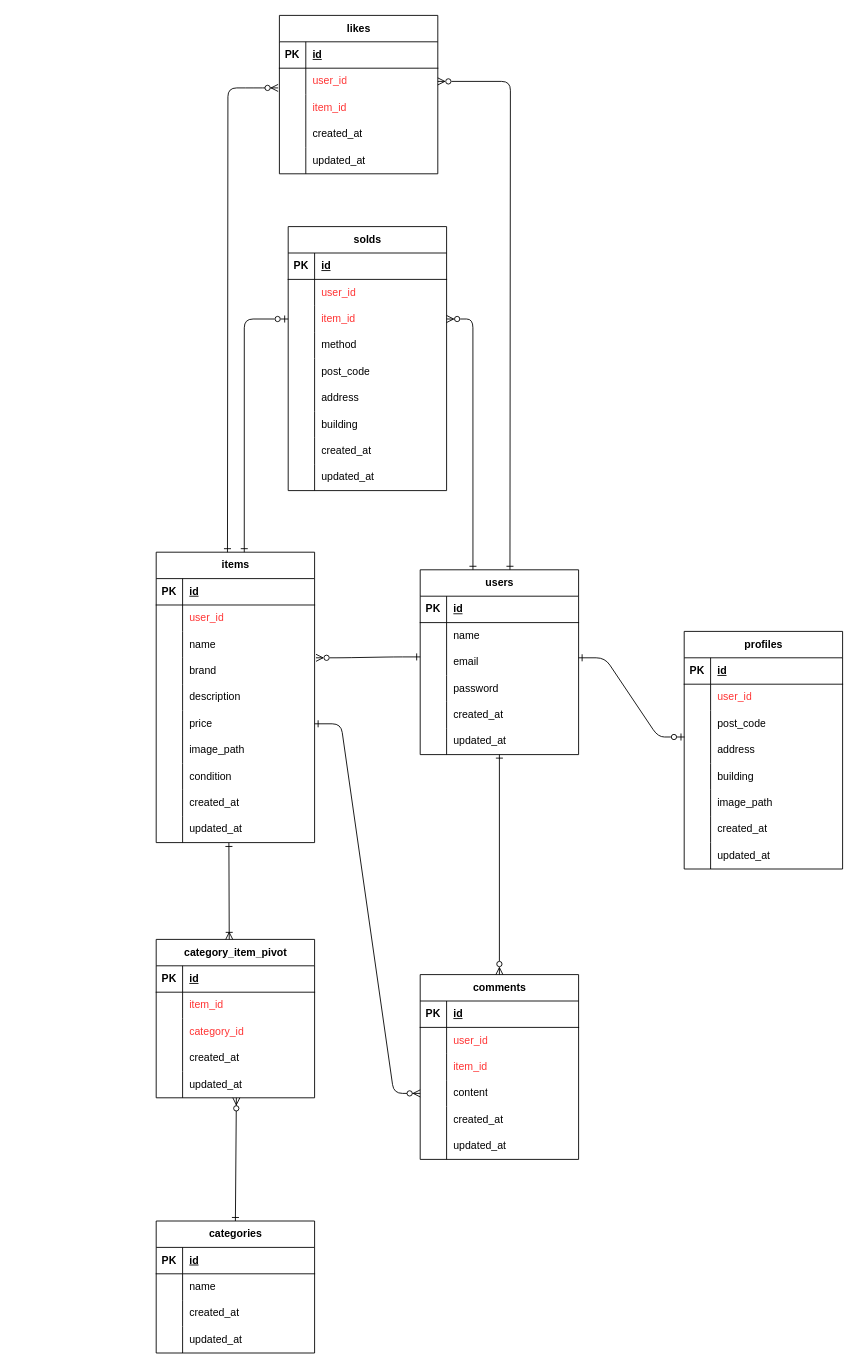
shiorimorita/freemarket-app keeps this draw.io diagram as src/er.dio. Above is the earlier version. Source tidied: cells renumbered, new cells numbered last; positions are measured from the earlier drawing's top-left corner, leaving out a move shared by most shapes. Both pictures are drawn from the tidied source at 88%, with x=0, y=0 at pixel (15, 15).
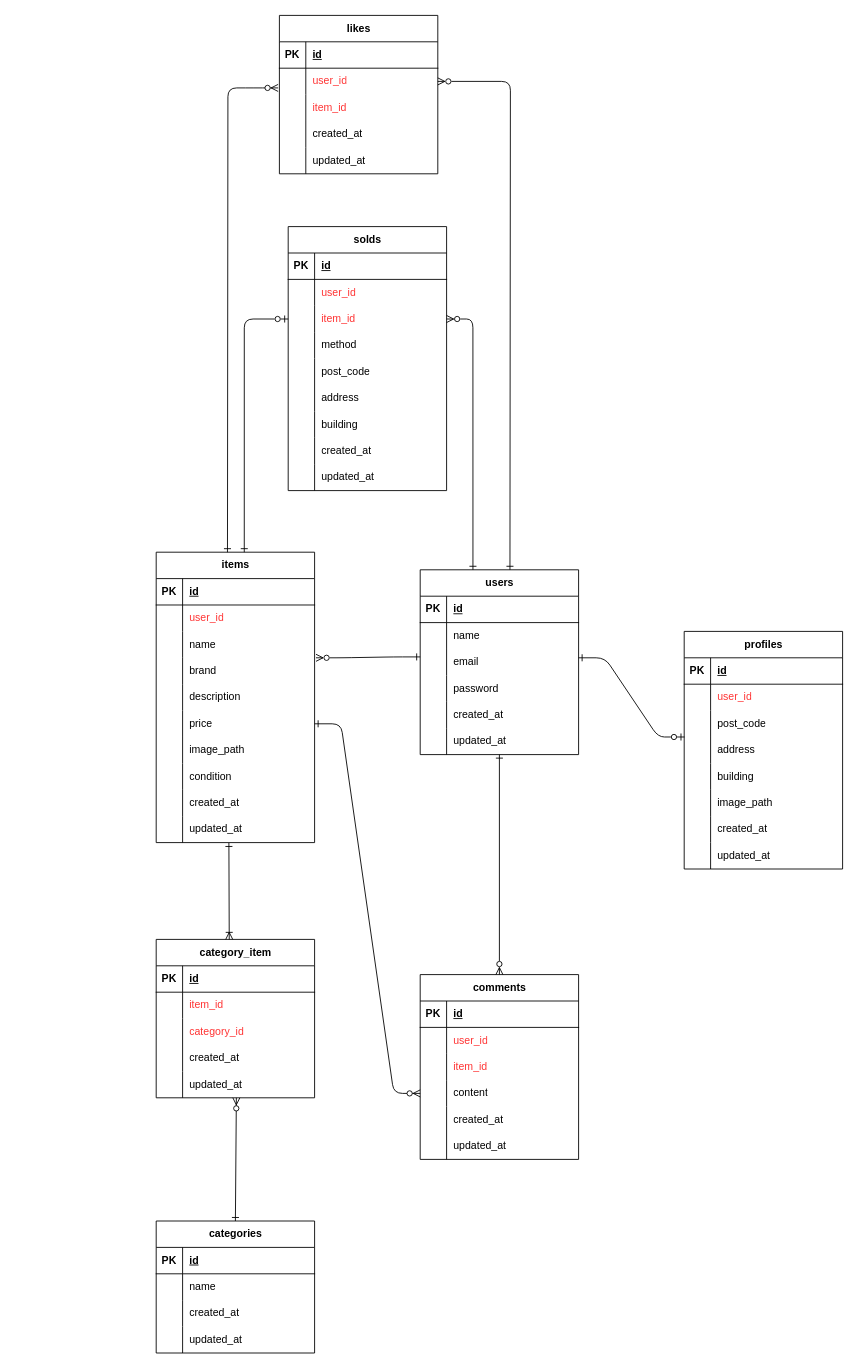
After the change.

What changed in the source:
```diff
@@
-    <mxCell id="100" value="category_item_pivot" style="shape=table;startSize=30;childLayout=tableLayout;rowLines=0;fontStyle=1;align=center;html=1;" parent="1" vertex="1">
+    <mxCell id="100" value="category_item" style="shape=table;startSize=30;childLayout=tableLayout;rowLines=0;fontStyle=1;align=center;html=1;" parent="1" vertex="1">
       <mxGeometry x="160" y="1050" width="180" height="180" as="geometry" />
     </mxCell>
```
